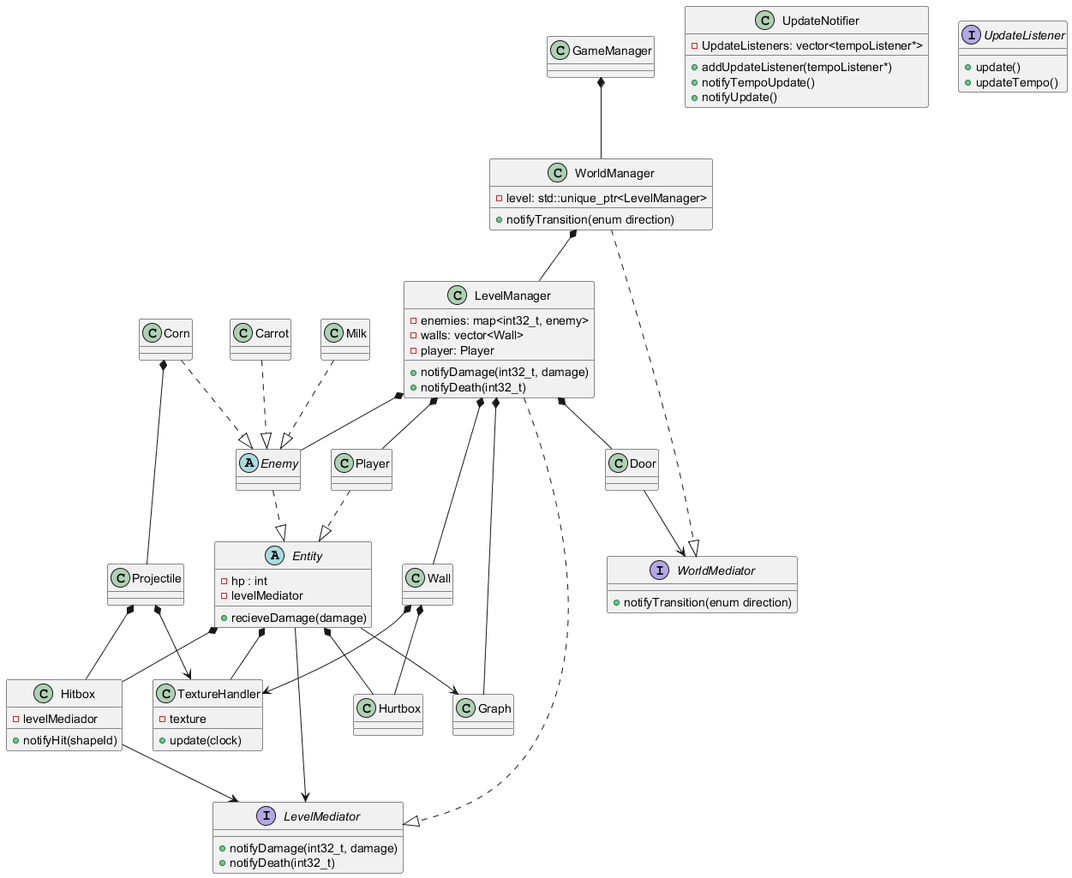
Above: diagrammeUML.png in G-Arlabosse/JIN-Gillian-Leo (PlantUML), before the change.
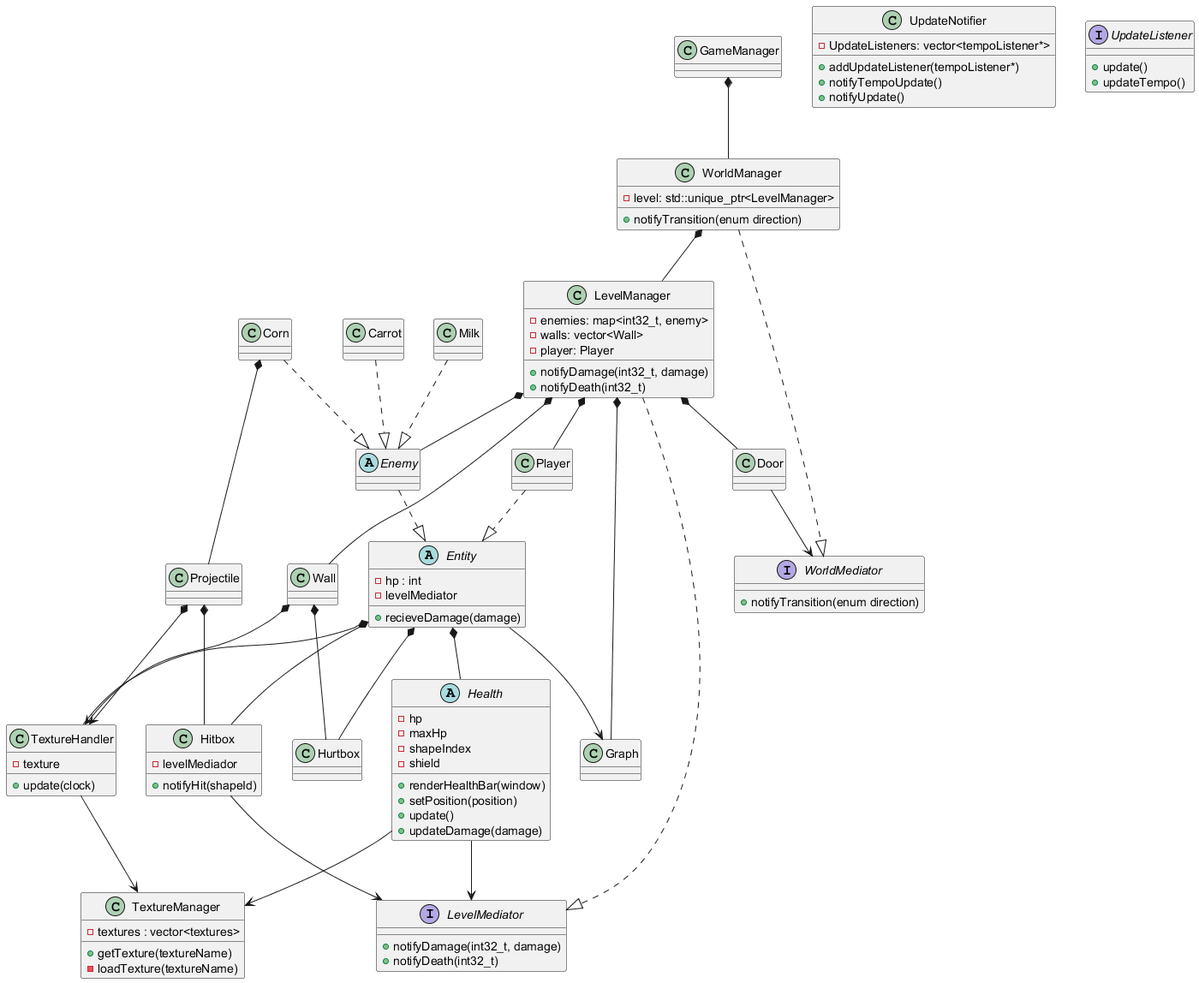
Above is the later version.

What changed in the source:
```diff
@@ -108,6 +108,23 @@
 {method}	+ update(clock)
 }
 
+class 		TextureManager{
+{field}		- textures : vector<textures>
+{method}	+ getTexture(textureName)
+{method}	- loadTexture(textureName)
+}
+
+abstract 	Health {
+{field}		- hp
+{field}		- maxHp
+{field}		- shapeIndex
+{field}		- shield
+{method}	+ renderHealthBar(window)
+{method}	+ setPosition(position)
+{method} 	+ update()
+{method}	+ updateDamage(damage)
+}
+
 
 Player ..|> Entity
 Enemy ..|> Entity
@@ -125,18 +142,22 @@
 LevelManager *-- Wall
 
 Hitbox --> LevelMediator
-Entity --> LevelMediator
+Health --> LevelMediator
 LevelManager ..|> LevelMediator
 
 Entity *-- Hitbox
 Projectile *-- Hitbox
 Wall *-- Hurtbox
 Entity *-- Hurtbox
+Entity *-- Health
 
 Entity *-- TextureHandler
 Wall *--> TextureHandler
 Projectile *--> TextureHandler
 
+TextureHandler --> TextureManager
+Health --> TextureManager
+
 Corn *-- Projectile
 
 @enduml
```
